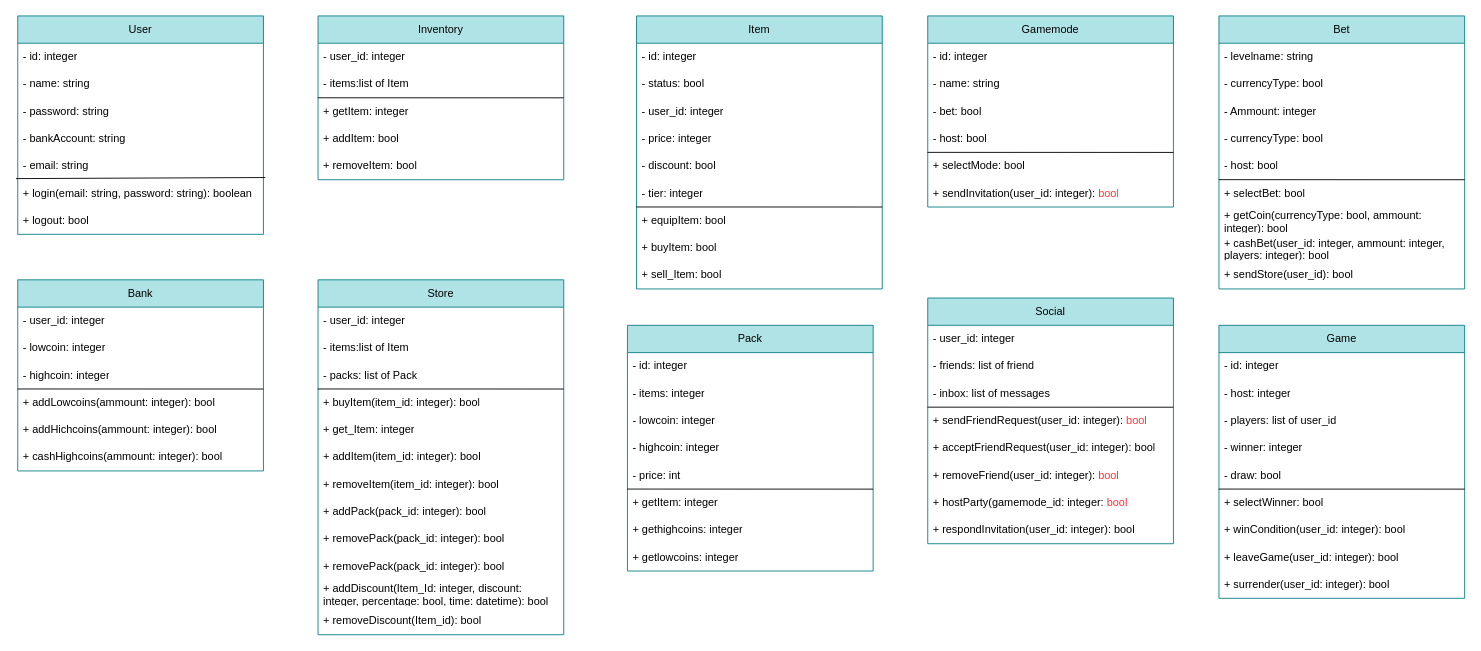
samugd17/proyecto-ets keeps this draw.io diagram as page "Page-1" (1 of 2) of doc/diagrams/Tablestars_Clases_0.4.drawio. Above is the earlier version. Source tidied: cells renumbered, new cells numbered last; positions are measured from the earlier drawing's top-left corner, leaving out a move shared by most shapes. Both pictures are drawn from the tidied source at 91%, with x=0, y=0 at pixel (17, 15).
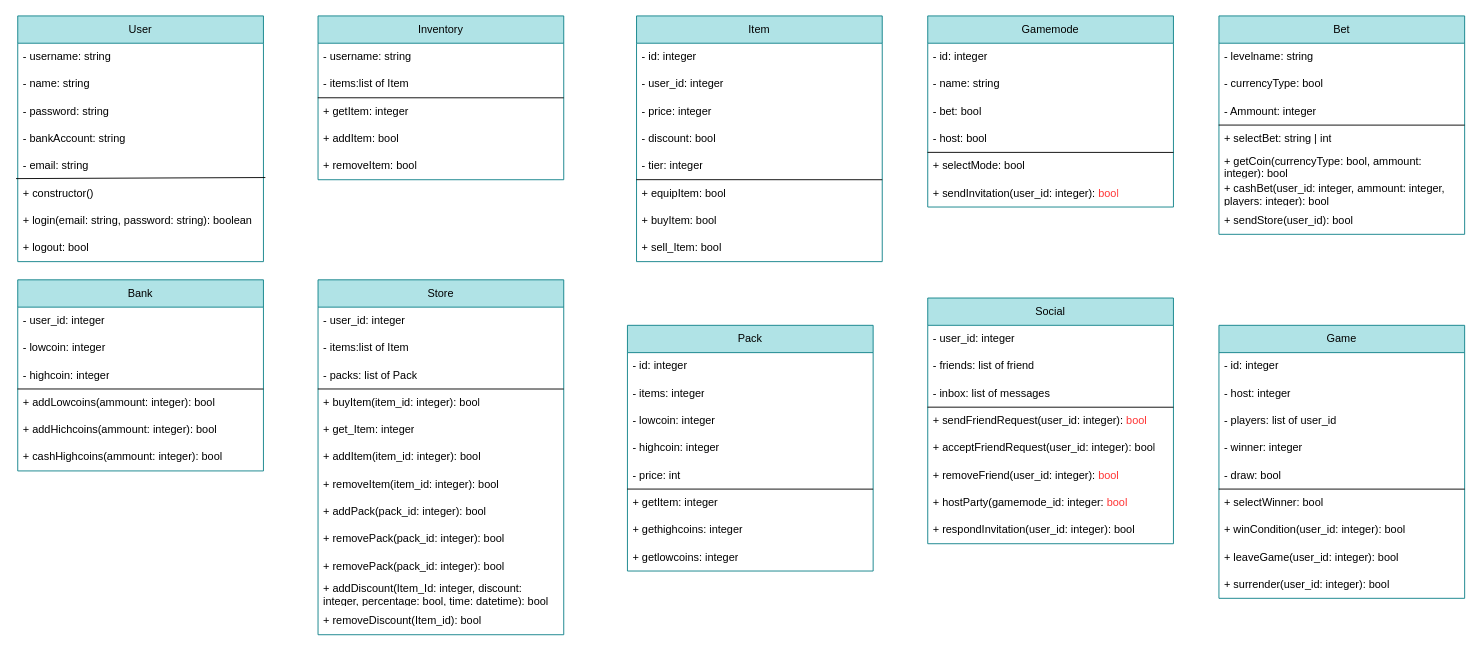
Above is the later version.

The change refers to these unchanged cells:
```xml
<mxCell id="7" value="- email: string" style="text;strokeColor=none;fillColor=none;align=left;verticalAlign=middle;spacingLeft=4;spacingRight=4;overflow=hidden;points=[[0,0.5],[1,0.5]];portConstraint=eastwest;whiteSpace=wrap;html=1;" parent="2" vertex="1">
  <mxGeometry y="150" width="270" height="30" as="geometry" />
</mxCell>
<mxCell id="11" value="Inventory" style="swimlane;fontStyle=0;horizontal=1;startSize=30;whiteSpace=wrap;html=1;fillColor=#b0e3e6;strokeColor=#0e8088;" parent="1" vertex="1">
  <mxGeometry x="330" width="270" height="180" as="geometry" />
</mxCell>
```

What changed in the source:
```diff
@@
     <mxCell id="2" value="User" style="swimlane;fontStyle=0;horizontal=1;startSize=30;whiteSpace=wrap;html=1;fillColor=#b0e3e6;strokeColor=#0e8088;" parent="1" vertex="1">
-      <mxGeometry width="270" height="240" as="geometry" />
+      <mxGeometry width="270" height="270" as="geometry" />
     </mxCell>
-    <mxCell id="3" value="- id: integer" style="text;strokeColor=none;fillColor=none;align=left;verticalAlign=middle;spacingLeft=4;spacingRight=4;overflow=hidden;whiteSpace=wrap;html=1;" parent="2" vertex="1">
+    <mxCell id="3" value="- username: string" style="text;strokeColor=none;fillColor=none;align=left;verticalAlign=middle;spacingLeft=4;spacingRight=4;overflow=hidden;whiteSpace=wrap;html=1;" parent="2" vertex="1">
       <mxGeometry y="30" width="270" height="30" as="geometry" />
     </mxCell>
@@
+    <mxCell id="101" value="+ constructor()" style="text;strokeColor=none;fillColor=none;align=left;verticalAlign=middle;spacingLeft=4;spacingRight=4;overflow=hidden;whiteSpace=wrap;html=1;strokeWidth=1;perimeterSpacing=1;" parent="2" vertex="1">
+      <mxGeometry y="180" width="270" height="30" as="geometry" />
+    </mxCell>
     <mxCell id="8" value="&lt;div&gt;+ login(email: string, password: string): boolean&lt;/div&gt;" style="text;strokeColor=none;fillColor=none;align=left;verticalAlign=middle;spacingLeft=4;spacingRight=4;overflow=hidden;points=[[0,0.5],[1,0.5]];portConstraint=eastwest;whiteSpace=wrap;html=1;strokeWidth=1;perimeterSpacing=1;" parent="2" vertex="1">
-      <mxGeometry y="180" width="270" height="30" as="geometry" />
+      <mxGeometry y="210" width="270" height="30" as="geometry" />
     </mxCell>
     <mxCell id="9" value="+ logout: bool" style="text;strokeColor=none;fillColor=none;align=left;verticalAlign=middle;spacingLeft=4;spacingRight=4;overflow=hidden;whiteSpace=wrap;html=1;" parent="2" vertex="1">
-      <mxGeometry y="210" width="270" height="30" as="geometry" />
+      <mxGeometry y="240" width="270" height="30" as="geometry" />
     </mxCell>
-    <mxCell id="10" style="endArrow=none;html=1;rounded=0;entryX=1.004;entryY=-0.044;entryDx=0;entryDy=0;entryPerimeter=0;exitX=-0.007;exitY=0.959;exitDx=0;exitDy=0;exitPerimeter=0;" parent="2" edge="1" source="7" target="8">
-      <mxGeometry relative="1" as="geometry" />
+    <mxCell id="10" style="endArrow=none;html=1;rounded=0;entryX=1.004;entryY=-0.044;entryDx=0;entryDy=0;entryPerimeter=0;exitX=-0.007;exitY=0.959;exitDx=0;exitDy=0;exitPerimeter=0;" parent="2" edge="1" source="7">
+      <mxGeometry relative="1" as="geometry">
+        <mxPoint x="272.1" y="177.6" as="targetPoint" />
+      </mxGeometry>
     </mxCell>
@@
-    <mxCell id="12" value="- user_id: integer" style="text;strokeColor=none;fillColor=none;align=left;verticalAlign=middle;spacingLeft=4;spacingRight=4;overflow=hidden;whiteSpace=wrap;html=1;" parent="11" vertex="1">
+    <mxCell id="12" value="- username: string" style="text;strokeColor=none;fillColor=none;align=left;verticalAlign=middle;spacingLeft=4;spacingRight=4;overflow=hidden;whiteSpace=wrap;html=1;" parent="11" vertex="1">
       <mxGeometry y="30" width="270" height="30" as="geometry" />
     </mxCell>
@@
     <mxCell id="18" value="Item" style="swimlane;fontStyle=0;horizontal=1;startSize=30;whiteSpace=wrap;html=1;fillColor=#b0e3e6;strokeColor=#0e8088;" parent="1" vertex="1">
-      <mxGeometry x="680" width="270" height="300" as="geometry" />
+      <mxGeometry x="680" width="270" height="270" as="geometry" />
     </mxCell>
@@
-    <mxCell id="20" value="- status: bool" style="text;strokeColor=none;fillColor=none;align=left;verticalAlign=middle;spacingLeft=4;spacingRight=4;overflow=hidden;whiteSpace=wrap;html=1;" parent="18" vertex="1">
-      <mxGeometry y="60" width="270" height="30" as="geometry" />
-    </mxCell>
     <mxCell id="21" value="- user_id: integer" style="text;strokeColor=none;fillColor=none;align=left;verticalAlign=middle;spacingLeft=4;spacingRight=4;overflow=hidden;whiteSpace=wrap;html=1;" parent="18" vertex="1">
-      <mxGeometry y="90" width="270" height="30" as="geometry" />
+      <mxGeometry y="60" width="270" height="30" as="geometry" />
     </mxCell>
     <mxCell id="22" value="- price: integer" style="text;strokeColor=none;fillColor=none;align=left;verticalAlign=middle;spacingLeft=4;spacingRight=4;overflow=hidden;whiteSpace=wrap;html=1;" parent="18" vertex="1">
-      <mxGeometry y="120" width="270" height="30" as="geometry" />
+      <mxGeometry y="90" width="270" height="30" as="geometry" />
     </mxCell>
     <mxCell id="23" value="- discount: bool" style="text;strokeColor=none;fillColor=none;align=left;verticalAlign=middle;spacingLeft=4;spacingRight=4;overflow=hidden;whiteSpace=wrap;html=1;" parent="18" vertex="1">
-      <mxGeometry y="150" width="270" height="30" as="geometry" />
+      <mxGeometry y="120" width="270" height="30" as="geometry" />
     </mxCell>
     <mxCell id="24" value="- tier: integer" style="text;strokeColor=none;fillColor=none;align=left;verticalAlign=middle;spacingLeft=4;spacingRight=4;overflow=hidden;whiteSpace=wrap;html=1;" parent="18" vertex="1">
-      <mxGeometry y="180" width="270" height="30" as="geometry" />
+      <mxGeometry y="150" width="270" height="30" as="geometry" />
     </mxCell>
@@
     <mxCell id="26" value="+ equipItem: bool" style="text;strokeColor=none;fillColor=none;align=left;verticalAlign=middle;spacingLeft=4;spacingRight=4;overflow=hidden;points=[[0,0.5],[1,0.5]];portConstraint=eastwest;whiteSpace=wrap;html=1;" parent="18" vertex="1">
-      <mxGeometry y="210" width="270" height="30" as="geometry" />
+      <mxGeometry y="180" width="270" height="30" as="geometry" />
     </mxCell>
     <mxCell id="27" value="+ buyItem: bool" style="text;strokeColor=none;fillColor=none;align=left;verticalAlign=middle;spacingLeft=4;spacingRight=4;overflow=hidden;whiteSpace=wrap;html=1;" parent="18" vertex="1">
-      <mxGeometry y="240" width="270" height="30" as="geometry" />
+      <mxGeometry y="210" width="270" height="30" as="geometry" />
     </mxCell>
     <mxCell id="28" value="+ sell_Item: bool" style="text;strokeColor=none;fillColor=none;align=left;verticalAlign=middle;spacingLeft=4;spacingRight=4;overflow=hidden;whiteSpace=wrap;html=1;" parent="18" vertex="1">
-      <mxGeometry y="270" width="270" height="30" as="geometry" />
+      <mxGeometry y="240" width="270" height="30" as="geometry" />
     </mxCell>
@@
     <mxCell id="79" value="Bet" style="swimlane;fontStyle=0;horizontal=1;startSize=30;whiteSpace=wrap;html=1;fillColor=#b0e3e6;strokeColor=#0e8088;" parent="1" vertex="1">
-      <mxGeometry x="1320" width="270" height="300" as="geometry" />
+      <mxGeometry x="1320" width="270" height="240" as="geometry" />
     </mxCell>
@@
-    <mxCell id="83" value="- currencyType: bool " style="text;strokeColor=none;fillColor=none;align=left;verticalAlign=middle;spacingLeft=4;spacingRight=4;overflow=hidden;whiteSpace=wrap;html=1;" parent="79" vertex="1">
-      <mxGeometry y="120" width="270" height="30" as="geometry" />
-    </mxCell>
-    <mxCell id="84" value="- host: bool" style="text;strokeColor=none;fillColor=none;align=left;verticalAlign=middle;spacingLeft=4;spacingRight=4;overflow=hidden;whiteSpace=wrap;html=1;" parent="79" vertex="1">
-      <mxGeometry y="150" width="270" height="30" as="geometry" />
-    </mxCell>
@@
-    <mxCell id="86" value="+ selectBet: bool" style="text;strokeColor=none;fillColor=none;align=left;verticalAlign=middle;spacingLeft=4;spacingRight=4;overflow=hidden;points=[[0,0.5],[1,0.5]];portConstraint=eastwest;whiteSpace=wrap;html=1;" parent="79" vertex="1">
-      <mxGeometry y="180" width="270" height="30" as="geometry" />
+    <mxCell id="86" value="+ selectBet: string | int" style="text;strokeColor=none;fillColor=none;align=left;verticalAlign=middle;spacingLeft=4;spacingRight=4;overflow=hidden;points=[[0,0.5],[1,0.5]];portConstraint=eastwest;whiteSpace=wrap;html=1;" parent="79" vertex="1">
+      <mxGeometry y="120" width="270" height="30" as="geometry" />
     </mxCell>
     <mxCell id="87" value="+ getCoin(currencyType: bool, ammount: integer): bool" style="text;strokeColor=none;fillColor=none;align=left;verticalAlign=middle;spacingLeft=4;spacingRight=4;overflow=hidden;whiteSpace=wrap;html=1;" parent="79" vertex="1">
-      <mxGeometry y="210" width="270" height="30" as="geometry" />
+      <mxGeometry y="150" width="270" height="30" as="geometry" />
     </mxCell>
     <mxCell id="88" value="+ cashBet(user_id: integer, ammount: integer, players: integer): bool" style="text;strokeColor=none;fillColor=none;align=left;verticalAlign=middle;spacingLeft=4;spacingRight=4;overflow=hidden;whiteSpace=wrap;html=1;" parent="79" vertex="1">
-      <mxGeometry y="240" width="270" height="30" as="geometry" />
+      <mxGeometry y="180" width="270" height="30" as="geometry" />
     </mxCell>
     <mxCell id="89" value="+ sendStore(user_id): bool" style="text;strokeColor=none;fillColor=none;align=left;verticalAlign=middle;spacingLeft=4;spacingRight=4;overflow=hidden;whiteSpace=wrap;html=1;" parent="79" vertex="1">
-      <mxGeometry y="270" width="270" height="30" as="geometry" />
+      <mxGeometry y="210" width="270" height="30" as="geometry" />
     </mxCell>
```
